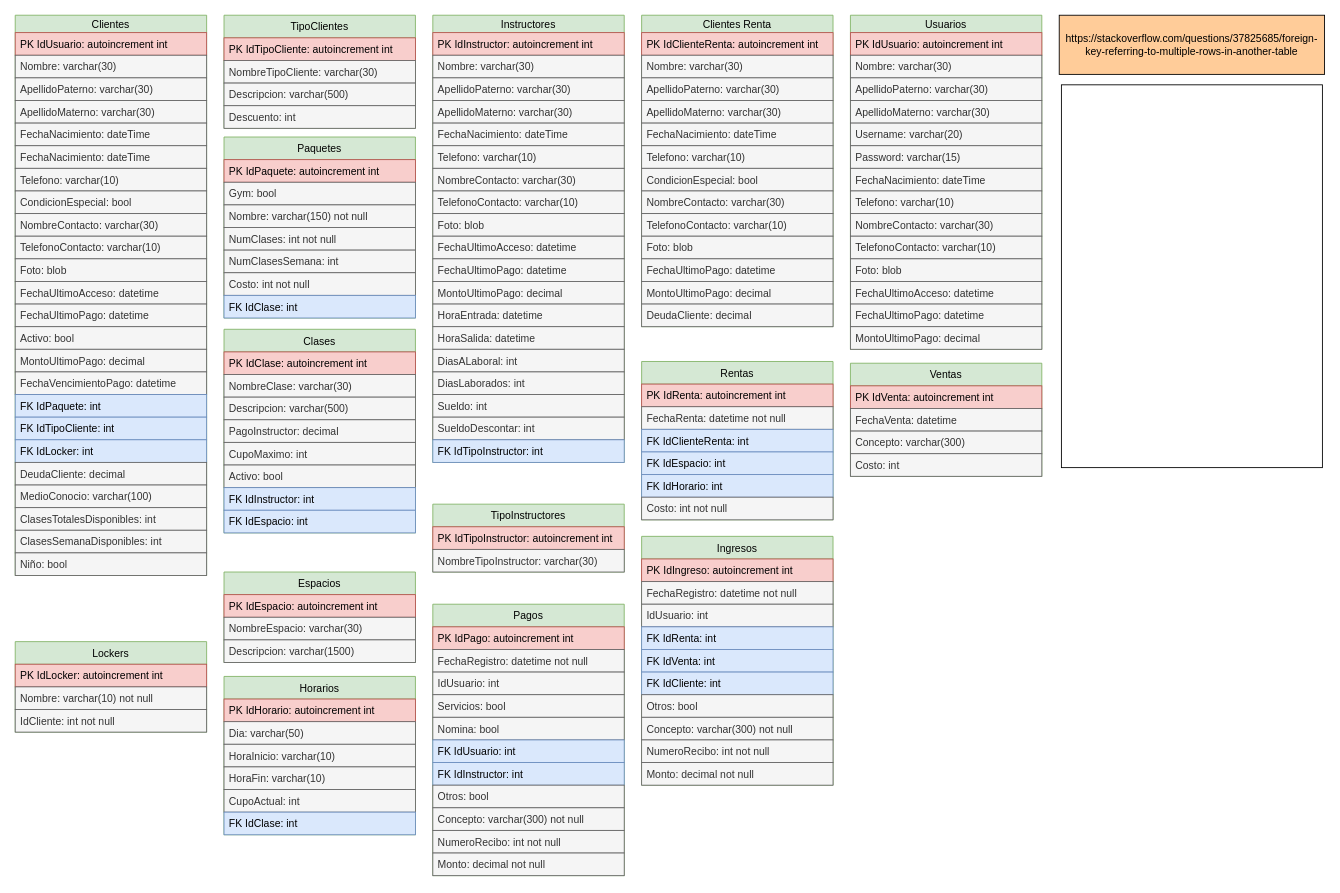
Before: page "Base de Datos" (1 of 4) of GymCastillo/Docs/Diagrams/Gym.drawio in Fwxzxh/GymCastillo, a draw.io diagram. Source tidied: cells renumbered, new cells numbered last; positions are measured from the earlier drawing's top-left corner, leaving out a move shared by most shapes. Both pictures are drawn from the tidied source at 87%, with x=0, y=0 at pixel (15, 15).
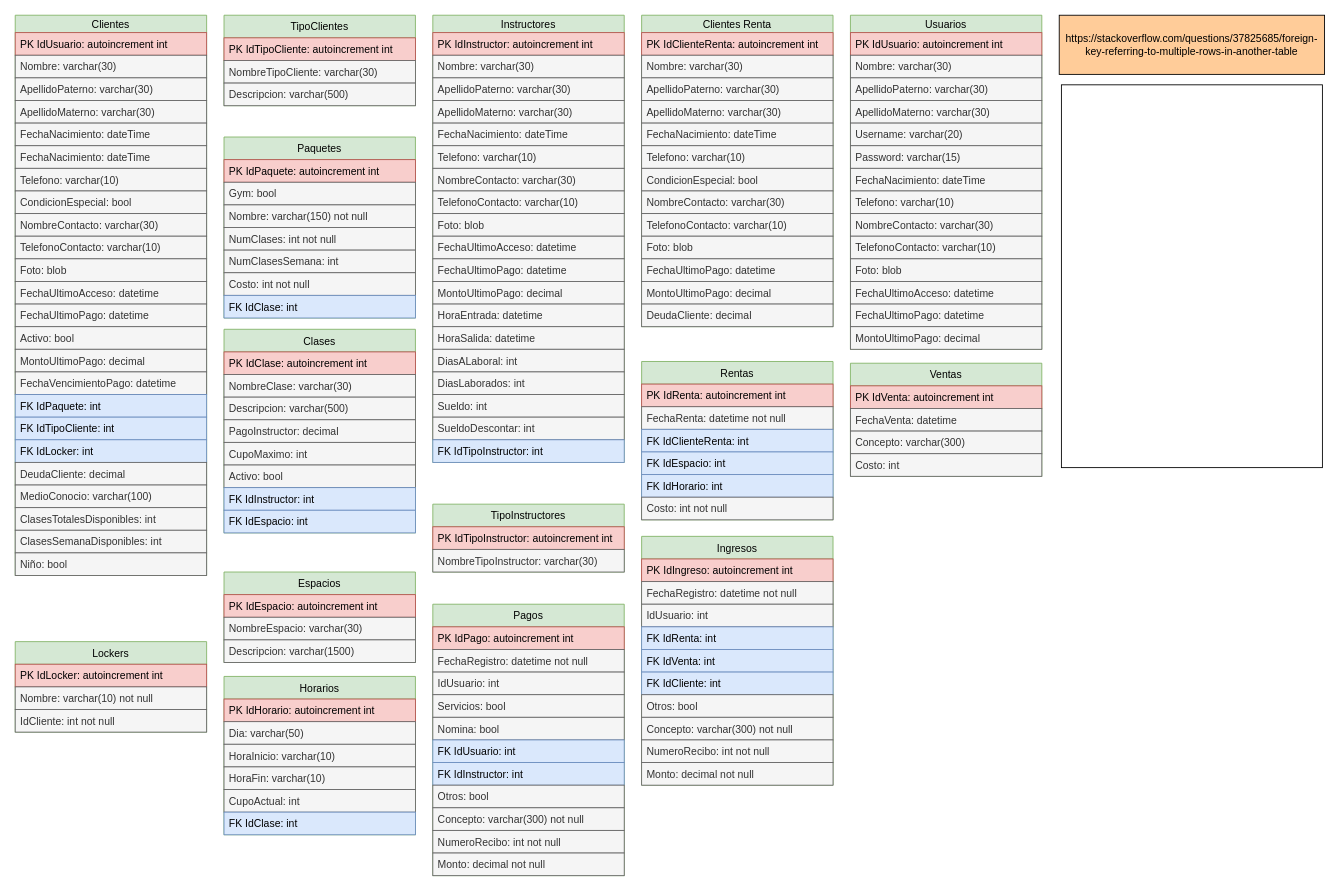
After the change.

Change to the diagram source:
```diff
@@
     <mxCell id="47" value="TipoClientes" style="swimlane;fontStyle=0;horizontal=1;startSize=26;fillColor=#d5e8d4;strokeColor=#82b366;" parent="1" vertex="1">
-      <mxGeometry x="240" width="220" height="130" as="geometry" />
+      <mxGeometry x="240" width="220" height="104" as="geometry" />
     </mxCell>
@@
-    <mxCell id="51" value="Descuento: int" style="text;strokeColor=#666666;fillColor=#f5f5f5;align=left;verticalAlign=top;spacingLeft=4;spacingRight=4;overflow=hidden;fontColor=#333333;" parent="47" vertex="1">
-      <mxGeometry y="104" width="220" height="26" as="geometry" />
-    </mxCell>
```
